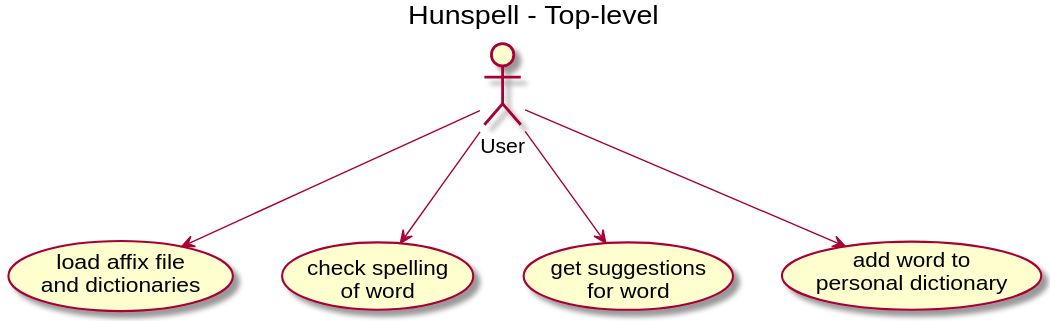
The PlantUML diagram uml/usecase-diagrams/top-level-usecase-diagram.svg in nuspell/misc-nuspell, before a commit. Its source is kept beside it as uml/plantuml/top-level-usecase-diagram.pu.
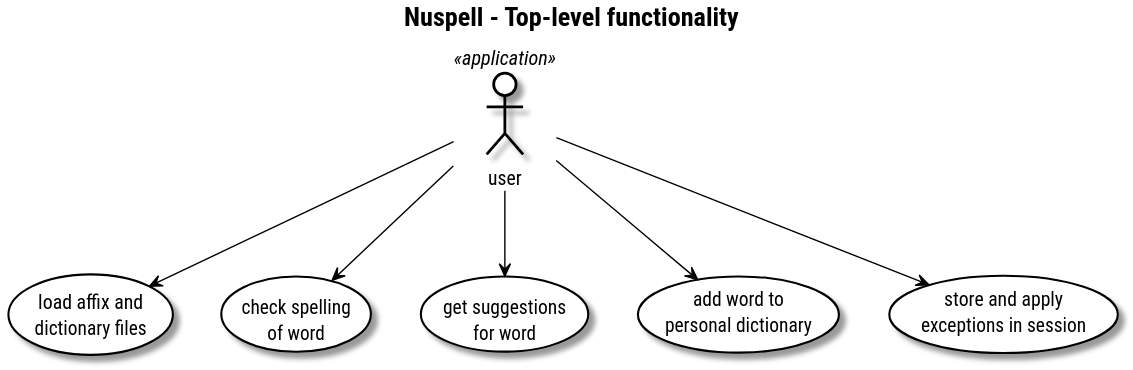
Above is the later version.

Change to the diagram source:
```diff
@@ -1,11 +1,25 @@
 @startuml
-skinparam backgroundcolor White|White
+!include skin.iuml
 
-title Hunspell - Top-level
+title Nuspell - Top-level functionality
 
-User --> (load affix file\nand dictionaries)
-User --> (check spelling\nof word)
-User --> (get suggestions\nfor word)
-User --> (add word to\npersonal dictionary)
+actor user as "user" <<application>>
+
+usecase load as "load affix and
+dictionary files"
+usecase check as "check spelling
+of word"
+usecase suggest as "get suggestions
+for word"
+usecase personal as "add word to
+personal dictionary"
+usecase session as "store and apply
+exceptions in session"
+
+user --> (load)
+user --> (check)
+user --> (suggest)
+user --> (personal)
+user --> (session)
 
 @enduml
```
